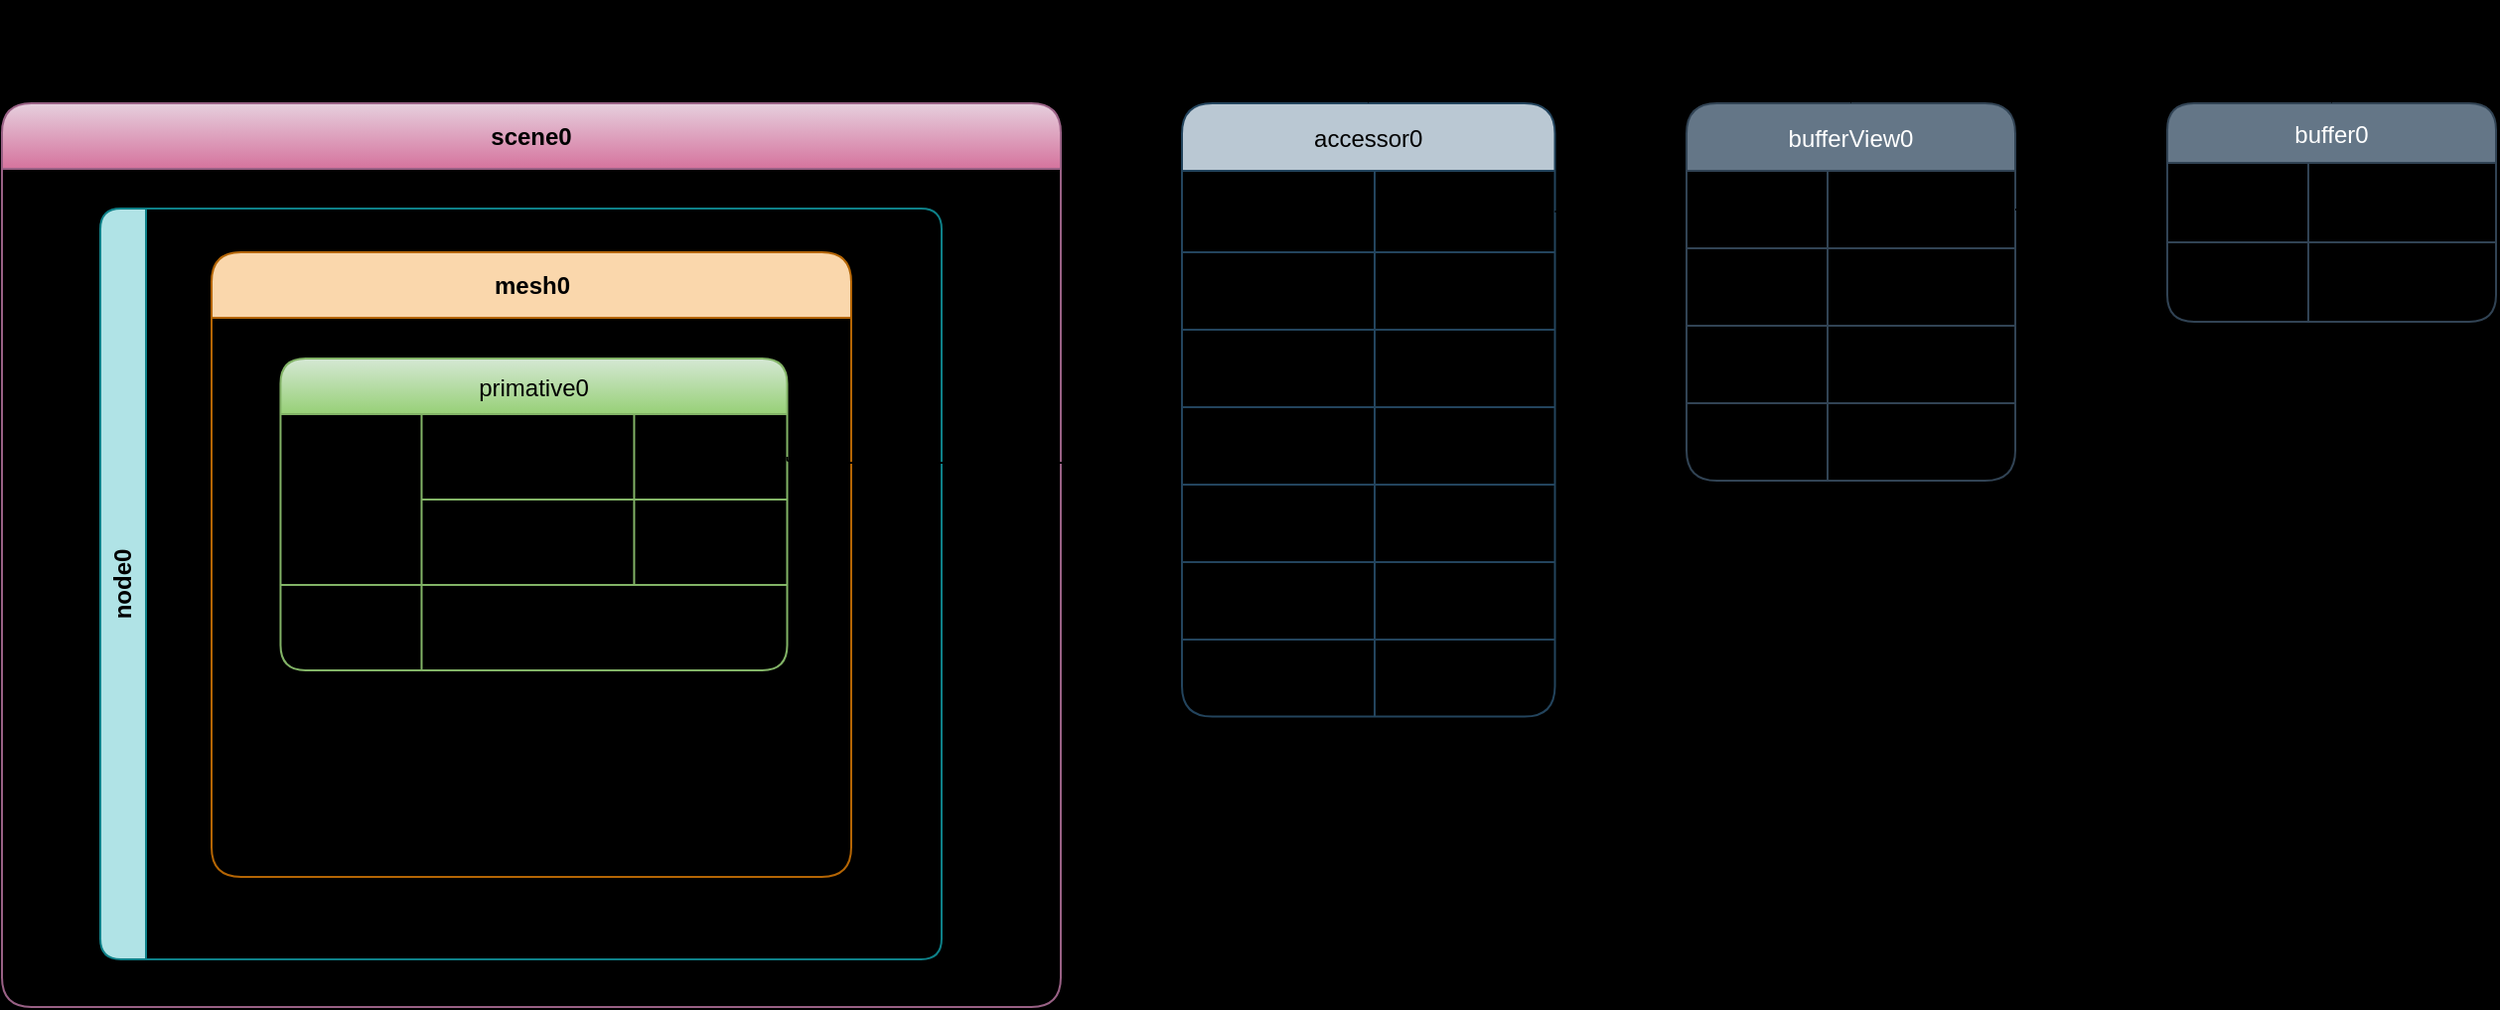
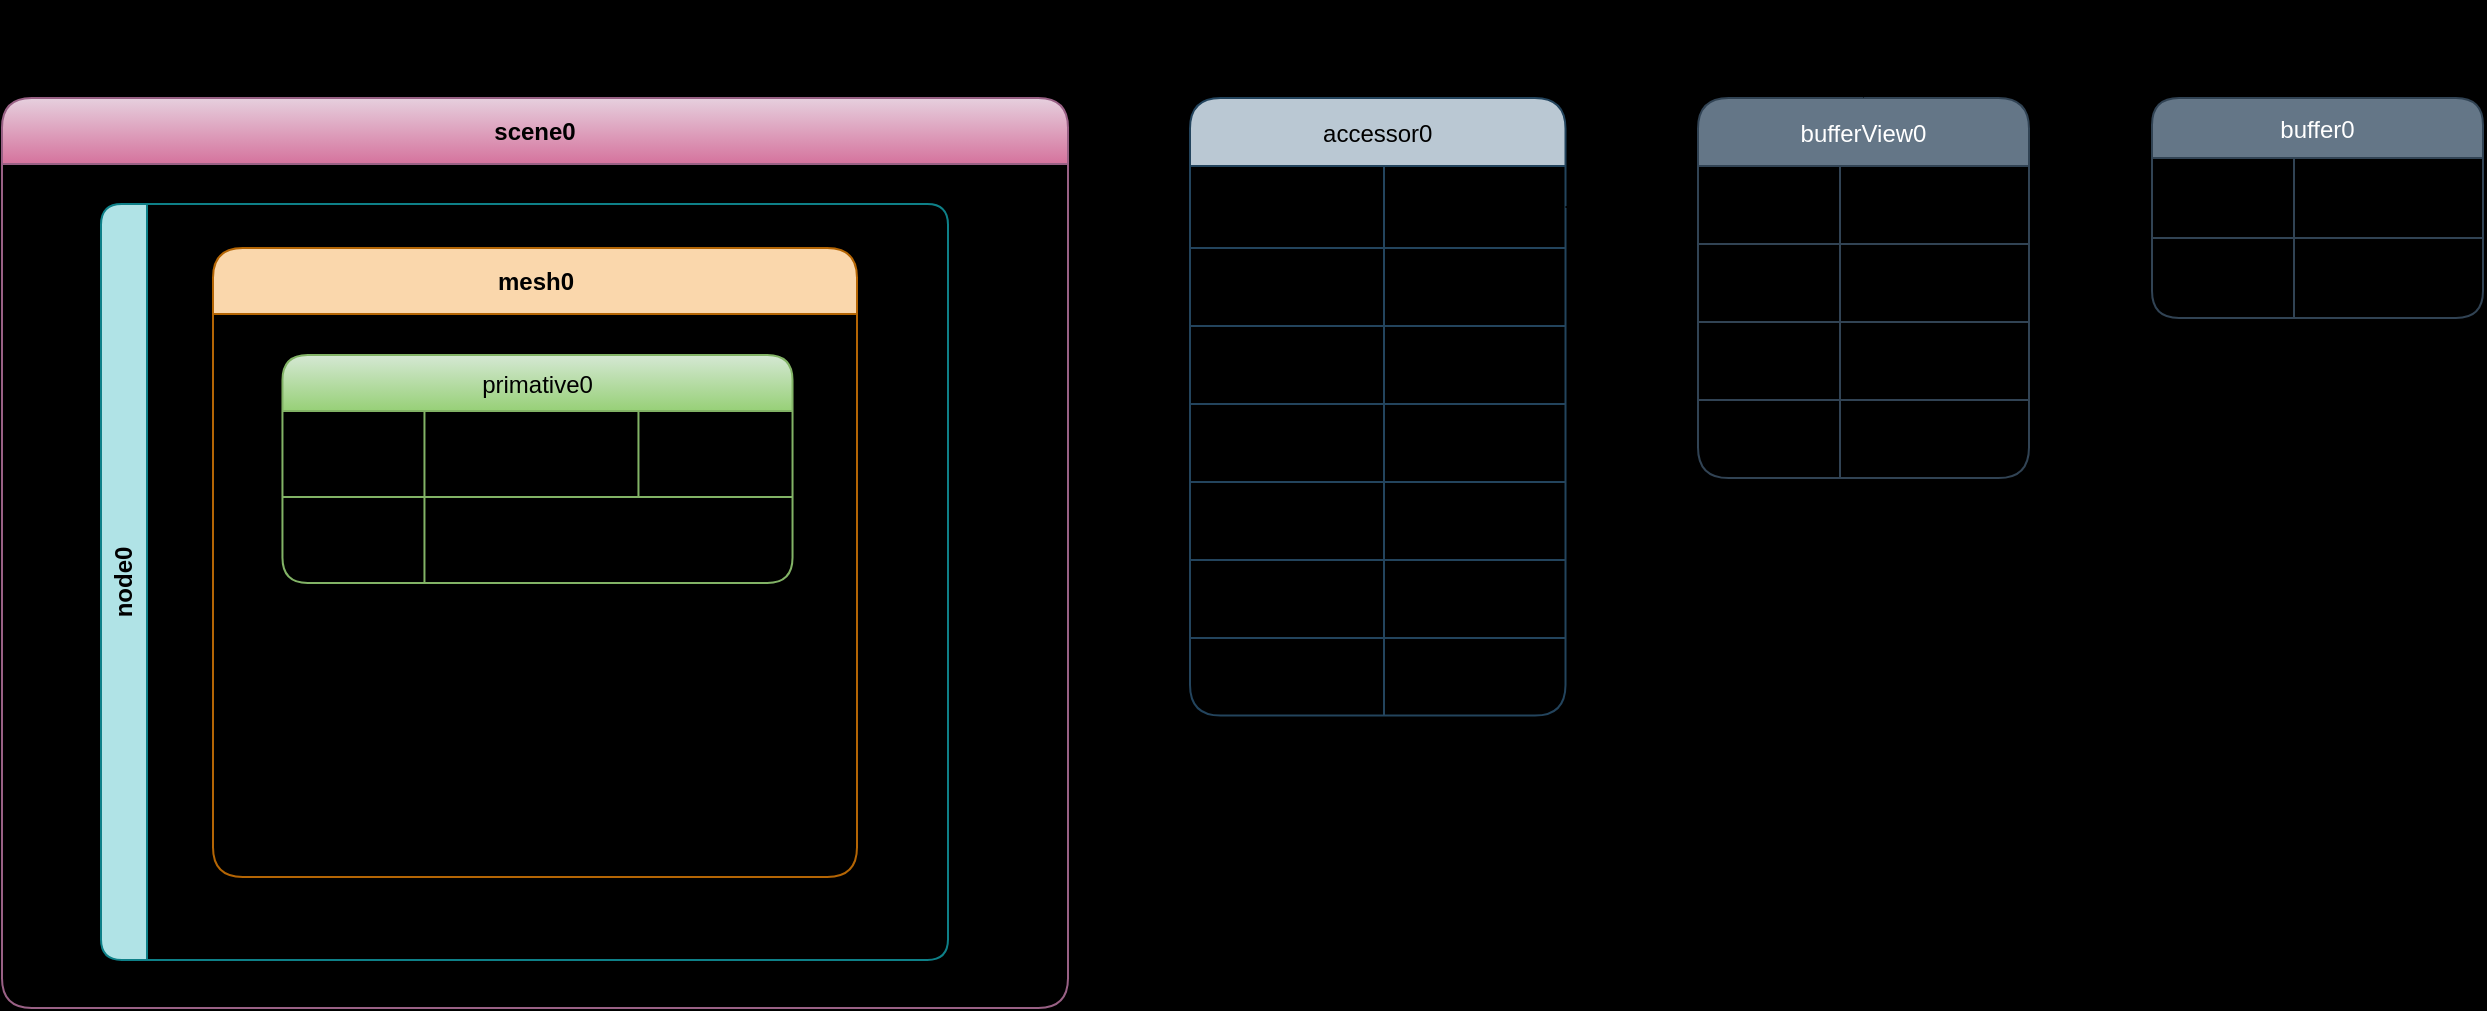
<mxfile host="app.diagrams.net">
  <diagram id="BZvedy4mBk2RI_J5c_5u" name="第 1 页">
    <mxGraphModel dx="2491" dy="1342" grid="0" gridSize="10" guides="1" tooltips="1" connect="1" arrows="1" fold="1" page="0" pageScale="1" pageWidth="827" pageHeight="1169" background="light-dark(#000000,#2B2B2B)" math="0" shadow="0">
      <root>
        <mxCell id="0" />
        <mxCell id="1" parent="0" />
        <mxCell id="-Ds3_SINnqwqFCvs20sv-1" parent="1" style="shape=table;startSize=30;container=1;collapsible=0;childLayout=tableLayout;fixedHeader=1;fillColor=#647687;fontColor=#ffffff;strokeColor=#314354;rounded=1;" value="buffer0" vertex="1">
-           <mxGeometry height="110" width="165.5" x="162" y="-32" as="geometry" />
+           <mxGeometry height="110" width="165.5" x="147" y="-32" as="geometry" />
        </mxCell>
        <mxCell id="-Ds3_SINnqwqFCvs20sv-2" parent="-Ds3_SINnqwqFCvs20sv-1" style="shape=tableRow;horizontal=0;startSize=0;swimlaneHead=0;swimlaneBody=0;strokeColor=inherit;top=0;left=0;bottom=0;right=0;collapsible=0;dropTarget=0;fillColor=none;points=[[0,0.5],[1,0.5]];portConstraint=eastwest;fixedHeader=1;rounded=1;" value="" vertex="1">
          <mxGeometry height="40" width="165.5" y="30" as="geometry" />
        </mxCell>
        <mxCell id="-Ds3_SINnqwqFCvs20sv-3" parent="-Ds3_SINnqwqFCvs20sv-2" style="shape=partialRectangle;html=1;whiteSpace=wrap;connectable=0;strokeColor=inherit;overflow=hidden;fillColor=none;top=0;left=0;bottom=0;right=0;pointerEvents=1;align=center;rounded=1;fontColor=light-dark(#000000,#20C2B5);" value="uri" vertex="1">
          <mxGeometry height="40" width="71" as="geometry">
            <mxRectangle height="40" width="71" as="alternateBounds" />
          </mxGeometry>
        </mxCell>
        <mxCell id="-Ds3_SINnqwqFCvs20sv-4" parent="-Ds3_SINnqwqFCvs20sv-2" style="shape=partialRectangle;html=1;whiteSpace=wrap;connectable=0;strokeColor=inherit;overflow=hidden;fillColor=none;top=0;left=0;bottom=0;right=0;pointerEvents=1;rounded=1;fontColor=light-dark(#000000,#ACB7C4);" value="data:URL" vertex="1">
          <mxGeometry height="40" width="95" x="71" as="geometry">
            <mxRectangle height="40" width="95" as="alternateBounds" />
          </mxGeometry>
        </mxCell>
        <mxCell id="-Ds3_SINnqwqFCvs20sv-5" parent="-Ds3_SINnqwqFCvs20sv-1" style="shape=tableRow;horizontal=0;startSize=0;swimlaneHead=0;swimlaneBody=0;strokeColor=inherit;top=0;left=0;bottom=0;right=0;collapsible=0;dropTarget=0;fillColor=none;points=[[0,0.5],[1,0.5]];portConstraint=eastwest;fixedHeader=1;rounded=1;" value="" vertex="1">
          <mxGeometry height="40" width="165.5" y="70" as="geometry" />
        </mxCell>
        <mxCell id="-Ds3_SINnqwqFCvs20sv-6" parent="-Ds3_SINnqwqFCvs20sv-5" style="shape=partialRectangle;html=1;whiteSpace=wrap;connectable=0;strokeColor=inherit;overflow=hidden;fillColor=none;top=0;left=0;bottom=0;right=0;pointerEvents=1;align=center;rounded=1;fontColor=light-dark(#000000,#20C2B5);" value="byteLength" vertex="1">
          <mxGeometry height="40" width="71" as="geometry">
            <mxRectangle height="40" width="71" as="alternateBounds" />
          </mxGeometry>
        </mxCell>
        <mxCell id="-Ds3_SINnqwqFCvs20sv-7" parent="-Ds3_SINnqwqFCvs20sv-5" style="shape=partialRectangle;html=1;whiteSpace=wrap;connectable=0;strokeColor=inherit;overflow=hidden;fillColor=none;top=0;left=0;bottom=0;right=0;pointerEvents=1;rounded=1;fontColor=light-dark(#000000,#ACB7C4);" value="36" vertex="1">
          <mxGeometry height="40" width="95" x="71" as="geometry">
            <mxRectangle height="40" width="95" as="alternateBounds" />
          </mxGeometry>
        </mxCell>
        <mxCell id="IMBELnrVSliVJA-H-ImH-1" parent="1" style="shape=table;startSize=34;container=1;collapsible=0;childLayout=tableLayout;fixedHeader=1;fillColor=#647687;fontColor=#ffffff;strokeColor=#314354;rounded=1;" value="bufferView0" vertex="1">
          <mxGeometry height="190" width="165.5" x="-80" y="-32" as="geometry" />
        </mxCell>
        <mxCell id="IMBELnrVSliVJA-H-ImH-2" parent="IMBELnrVSliVJA-H-ImH-1" style="shape=tableRow;horizontal=0;startSize=0;swimlaneHead=0;swimlaneBody=0;strokeColor=inherit;top=0;left=0;bottom=0;right=0;collapsible=0;dropTarget=0;fillColor=none;points=[[0,0.5],[1,0.5]];portConstraint=eastwest;fixedHeader=1;rounded=1;" value="" vertex="1">
          <mxGeometry height="39" width="165.5" y="34" as="geometry" />
        </mxCell>
        <mxCell id="IMBELnrVSliVJA-H-ImH-3" parent="IMBELnrVSliVJA-H-ImH-2" style="shape=partialRectangle;html=1;whiteSpace=wrap;connectable=0;strokeColor=inherit;overflow=hidden;fillColor=none;top=0;left=0;bottom=0;right=0;pointerEvents=1;align=center;rounded=1;fontColor=light-dark(#000000,#20C2B5);" value="buffer" vertex="1">
          <mxGeometry height="39" width="71" as="geometry">
            <mxRectangle height="39" width="71" as="alternateBounds" />
          </mxGeometry>
        </mxCell>
        <mxCell id="IMBELnrVSliVJA-H-ImH-4" parent="IMBELnrVSliVJA-H-ImH-2" style="shape=partialRectangle;html=1;whiteSpace=wrap;connectable=0;strokeColor=inherit;overflow=hidden;fillColor=none;top=0;left=0;bottom=0;right=0;pointerEvents=1;rounded=1;fontColor=light-dark(#000000,#ACB7C4);" value="0" vertex="1">
          <mxGeometry height="39" width="95" x="71" as="geometry">
            <mxRectangle height="39" width="95" as="alternateBounds" />
          </mxGeometry>
        </mxCell>
        <mxCell id="IMBELnrVSliVJA-H-ImH-5" parent="IMBELnrVSliVJA-H-ImH-1" style="shape=tableRow;horizontal=0;startSize=0;swimlaneHead=0;swimlaneBody=0;strokeColor=inherit;top=0;left=0;bottom=0;right=0;collapsible=0;dropTarget=0;fillColor=none;points=[[0,0.5],[1,0.5]];portConstraint=eastwest;fixedHeader=1;rounded=1;" value="" vertex="1">
          <mxGeometry height="39" width="165.5" y="73" as="geometry" />
        </mxCell>
        <mxCell id="IMBELnrVSliVJA-H-ImH-6" parent="IMBELnrVSliVJA-H-ImH-5" style="shape=partialRectangle;html=1;whiteSpace=wrap;connectable=0;strokeColor=inherit;overflow=hidden;fillColor=none;top=0;left=0;bottom=0;right=0;pointerEvents=1;align=center;rounded=1;fontColor=light-dark(#000000,#20C2B5);" value="byteOffset" vertex="1">
          <mxGeometry height="39" width="71" as="geometry">
            <mxRectangle height="39" width="71" as="alternateBounds" />
          </mxGeometry>
        </mxCell>
        <mxCell id="IMBELnrVSliVJA-H-ImH-7" parent="IMBELnrVSliVJA-H-ImH-5" style="shape=partialRectangle;html=1;whiteSpace=wrap;connectable=0;strokeColor=inherit;overflow=hidden;fillColor=none;top=0;left=0;bottom=0;right=0;pointerEvents=1;rounded=1;fontColor=light-dark(#000000,#ACB7C4);" value="0" vertex="1">
          <mxGeometry height="39" width="95" x="71" as="geometry">
            <mxRectangle height="39" width="95" as="alternateBounds" />
          </mxGeometry>
        </mxCell>
        <mxCell id="IMBELnrVSliVJA-H-ImH-8" parent="IMBELnrVSliVJA-H-ImH-1" style="shape=tableRow;horizontal=0;startSize=0;swimlaneHead=0;swimlaneBody=0;strokeColor=inherit;top=0;left=0;bottom=0;right=0;collapsible=0;dropTarget=0;fillColor=none;points=[[0,0.5],[1,0.5]];portConstraint=eastwest;fixedHeader=1;rounded=1;" vertex="1">
          <mxGeometry height="39" width="165.5" y="112" as="geometry" />
        </mxCell>
        <mxCell id="IMBELnrVSliVJA-H-ImH-9" parent="IMBELnrVSliVJA-H-ImH-8" style="shape=partialRectangle;html=1;whiteSpace=wrap;connectable=0;strokeColor=inherit;overflow=hidden;fillColor=none;top=0;left=0;bottom=0;right=0;pointerEvents=1;align=center;rounded=1;fontColor=light-dark(#000000,#20C2B5);" value="byteLength" vertex="1">
          <mxGeometry height="39" width="71" as="geometry">
            <mxRectangle height="39" width="71" as="alternateBounds" />
          </mxGeometry>
        </mxCell>
        <mxCell id="IMBELnrVSliVJA-H-ImH-10" parent="IMBELnrVSliVJA-H-ImH-8" style="shape=partialRectangle;html=1;whiteSpace=wrap;connectable=0;strokeColor=inherit;overflow=hidden;fillColor=none;top=0;left=0;bottom=0;right=0;pointerEvents=1;rounded=1;fontColor=light-dark(#000000,#ACB7C4);" value="36" vertex="1">
          <mxGeometry height="39" width="95" x="71" as="geometry">
            <mxRectangle height="39" width="95" as="alternateBounds" />
          </mxGeometry>
        </mxCell>
        <mxCell id="IMBELnrVSliVJA-H-ImH-11" parent="IMBELnrVSliVJA-H-ImH-1" style="shape=tableRow;horizontal=0;startSize=0;swimlaneHead=0;swimlaneBody=0;strokeColor=inherit;top=0;left=0;bottom=0;right=0;collapsible=0;dropTarget=0;fillColor=none;points=[[0,0.5],[1,0.5]];portConstraint=eastwest;fixedHeader=1;rounded=1;" vertex="1">
          <mxGeometry height="39" width="165.5" y="151" as="geometry" />
        </mxCell>
        <mxCell id="IMBELnrVSliVJA-H-ImH-12" parent="IMBELnrVSliVJA-H-ImH-11" style="shape=partialRectangle;html=1;whiteSpace=wrap;connectable=0;strokeColor=inherit;overflow=hidden;fillColor=none;top=0;left=0;bottom=0;right=0;pointerEvents=1;align=center;rounded=1;fontColor=light-dark(#000000,#20C2B5);" value="target" vertex="1">
          <mxGeometry height="39" width="71" as="geometry">
            <mxRectangle height="39" width="71" as="alternateBounds" />
          </mxGeometry>
        </mxCell>
        <mxCell id="IMBELnrVSliVJA-H-ImH-13" parent="IMBELnrVSliVJA-H-ImH-11" style="shape=partialRectangle;html=1;whiteSpace=wrap;connectable=0;strokeColor=inherit;overflow=hidden;fillColor=none;top=0;left=0;bottom=0;right=0;pointerEvents=1;rounded=1;fontColor=light-dark(#000000,#ACB7C4);" value="34962" vertex="1">
          <mxGeometry height="39" width="95" x="71" as="geometry">
            <mxRectangle height="39" width="95" as="alternateBounds" />
          </mxGeometry>
        </mxCell>
        <mxCell id="IMBELnrVSliVJA-H-ImH-16" parent="1" style="shape=table;startSize=34;container=1;collapsible=0;childLayout=tableLayout;fixedHeader=1;fillColor=#bac8d3;strokeColor=#23445d;rounded=1;" value="accessor0" vertex="1">
          <mxGeometry height="308.75" width="187.75" x="-334" y="-32" as="geometry" />
        </mxCell>
        <mxCell id="IMBELnrVSliVJA-H-ImH-17" parent="IMBELnrVSliVJA-H-ImH-16" style="shape=tableRow;horizontal=0;startSize=0;swimlaneHead=0;swimlaneBody=0;strokeColor=inherit;top=0;left=0;bottom=0;right=0;collapsible=0;dropTarget=0;fillColor=none;points=[[0,0.5],[1,0.5]];portConstraint=eastwest;fixedHeader=1;rounded=1;" value="" vertex="1">
          <mxGeometry height="41" width="187.75" y="34" as="geometry" />
        </mxCell>
        <mxCell id="IMBELnrVSliVJA-H-ImH-18" parent="IMBELnrVSliVJA-H-ImH-17" style="shape=partialRectangle;html=1;whiteSpace=wrap;connectable=0;strokeColor=inherit;overflow=hidden;fillColor=none;top=0;left=0;bottom=0;right=0;pointerEvents=1;align=center;rounded=1;fontColor=light-dark(#000000,#20C2B5);fontStyle=1" value="&lt;span style=&quot;&quot;&gt;bufferView&lt;/span&gt;" vertex="1">
          <mxGeometry height="41" width="97" as="geometry">
            <mxRectangle height="41" width="97" as="alternateBounds" />
          </mxGeometry>
        </mxCell>
        <mxCell id="IMBELnrVSliVJA-H-ImH-19" parent="IMBELnrVSliVJA-H-ImH-17" style="shape=partialRectangle;html=1;whiteSpace=wrap;connectable=0;strokeColor=inherit;overflow=hidden;fillColor=none;top=0;left=0;bottom=0;right=0;pointerEvents=1;rounded=1;fontColor=light-dark(#000000,#ACB7C4);" value="0" vertex="1">
          <mxGeometry height="41" width="91" x="97" as="geometry">
            <mxRectangle height="41" width="91" as="alternateBounds" />
          </mxGeometry>
        </mxCell>
        <mxCell id="IMBELnrVSliVJA-H-ImH-20" parent="IMBELnrVSliVJA-H-ImH-16" style="shape=tableRow;horizontal=0;startSize=0;swimlaneHead=0;swimlaneBody=0;strokeColor=inherit;top=0;left=0;bottom=0;right=0;collapsible=0;dropTarget=0;fillColor=none;points=[[0,0.5],[1,0.5]];portConstraint=eastwest;fixedHeader=1;rounded=1;" value="" vertex="1">
          <mxGeometry height="39" width="187.75" y="75" as="geometry" />
        </mxCell>
        <mxCell id="IMBELnrVSliVJA-H-ImH-21" parent="IMBELnrVSliVJA-H-ImH-20" style="shape=partialRectangle;html=1;whiteSpace=wrap;connectable=0;strokeColor=inherit;overflow=hidden;fillColor=none;top=0;left=0;bottom=0;right=0;pointerEvents=1;align=center;rounded=1;fontColor=light-dark(#000000,#20C2B5);" value="byteOffset" vertex="1">
          <mxGeometry height="39" width="97" as="geometry">
            <mxRectangle height="39" width="97" as="alternateBounds" />
          </mxGeometry>
        </mxCell>
        <mxCell id="IMBELnrVSliVJA-H-ImH-22" parent="IMBELnrVSliVJA-H-ImH-20" style="shape=partialRectangle;html=1;whiteSpace=wrap;connectable=0;strokeColor=inherit;overflow=hidden;fillColor=none;top=0;left=0;bottom=0;right=0;pointerEvents=1;rounded=1;fontColor=light-dark(#000000,#ACB7C4);" value="0" vertex="1">
          <mxGeometry height="39" width="91" x="97" as="geometry">
            <mxRectangle height="39" width="91" as="alternateBounds" />
          </mxGeometry>
        </mxCell>
        <mxCell id="IMBELnrVSliVJA-H-ImH-23" parent="IMBELnrVSliVJA-H-ImH-16" style="shape=tableRow;horizontal=0;startSize=0;swimlaneHead=0;swimlaneBody=0;strokeColor=inherit;top=0;left=0;bottom=0;right=0;collapsible=0;dropTarget=0;fillColor=none;points=[[0,0.5],[1,0.5]];portConstraint=eastwest;fixedHeader=1;rounded=1;" vertex="1">
          <mxGeometry height="39" width="187.75" y="114" as="geometry" />
        </mxCell>
        <mxCell id="IMBELnrVSliVJA-H-ImH-24" parent="IMBELnrVSliVJA-H-ImH-23" style="shape=partialRectangle;html=1;whiteSpace=wrap;connectable=0;strokeColor=inherit;overflow=hidden;fillColor=none;top=0;left=0;bottom=0;right=0;pointerEvents=1;align=center;rounded=1;fontColor=light-dark(#000000,#20C2B5);" value="componentType" vertex="1">
          <mxGeometry height="39" width="97" as="geometry">
            <mxRectangle height="39" width="97" as="alternateBounds" />
          </mxGeometry>
        </mxCell>
        <mxCell id="IMBELnrVSliVJA-H-ImH-25" parent="IMBELnrVSliVJA-H-ImH-23" style="shape=partialRectangle;html=1;whiteSpace=wrap;connectable=0;strokeColor=inherit;overflow=hidden;fillColor=none;top=0;left=0;bottom=0;right=0;pointerEvents=1;rounded=1;fontColor=light-dark(#000000,#ACB7C4);" value="5126" vertex="1">
          <mxGeometry height="39" width="91" x="97" as="geometry">
            <mxRectangle height="39" width="91" as="alternateBounds" />
          </mxGeometry>
        </mxCell>
        <mxCell id="IMBELnrVSliVJA-H-ImH-26" parent="IMBELnrVSliVJA-H-ImH-16" style="shape=tableRow;horizontal=0;startSize=0;swimlaneHead=0;swimlaneBody=0;strokeColor=inherit;top=0;left=0;bottom=0;right=0;collapsible=0;dropTarget=0;fillColor=none;points=[[0,0.5],[1,0.5]];portConstraint=eastwest;fixedHeader=1;rounded=1;" vertex="1">
          <mxGeometry height="39" width="187.75" y="153" as="geometry" />
        </mxCell>
        <mxCell id="IMBELnrVSliVJA-H-ImH-27" parent="IMBELnrVSliVJA-H-ImH-26" style="shape=partialRectangle;html=1;whiteSpace=wrap;connectable=0;strokeColor=inherit;overflow=hidden;fillColor=none;top=0;left=0;bottom=0;right=0;pointerEvents=1;align=center;rounded=1;fontColor=light-dark(#000000,#20C2B5);" value="count" vertex="1">
          <mxGeometry height="39" width="97" as="geometry">
            <mxRectangle height="39" width="97" as="alternateBounds" />
          </mxGeometry>
        </mxCell>
        <mxCell id="IMBELnrVSliVJA-H-ImH-28" parent="IMBELnrVSliVJA-H-ImH-26" style="shape=partialRectangle;html=1;whiteSpace=wrap;connectable=0;strokeColor=inherit;overflow=hidden;fillColor=none;top=0;left=0;bottom=0;right=0;pointerEvents=1;rounded=1;fontColor=light-dark(#000000,#ACB7C4);" value="3" vertex="1">
          <mxGeometry height="39" width="91" x="97" as="geometry">
            <mxRectangle height="39" width="91" as="alternateBounds" />
          </mxGeometry>
        </mxCell>
        <mxCell id="IMBELnrVSliVJA-H-ImH-29" parent="IMBELnrVSliVJA-H-ImH-16" style="shape=tableRow;horizontal=0;startSize=0;swimlaneHead=0;swimlaneBody=0;strokeColor=inherit;top=0;left=0;bottom=0;right=0;collapsible=0;dropTarget=0;fillColor=none;points=[[0,0.5],[1,0.5]];portConstraint=eastwest;fixedHeader=1;rounded=1;" vertex="1">
          <mxGeometry height="39" width="187.75" y="192" as="geometry" />
        </mxCell>
        <mxCell id="IMBELnrVSliVJA-H-ImH-30" parent="IMBELnrVSliVJA-H-ImH-29" style="shape=partialRectangle;html=1;whiteSpace=wrap;connectable=0;strokeColor=inherit;overflow=hidden;fillColor=none;top=0;left=0;bottom=0;right=0;pointerEvents=1;align=center;rounded=1;fontColor=light-dark(#000000,#20C2B5);" value="type" vertex="1">
          <mxGeometry height="39" width="97" as="geometry">
            <mxRectangle height="39" width="97" as="alternateBounds" />
          </mxGeometry>
        </mxCell>
        <mxCell id="IMBELnrVSliVJA-H-ImH-31" parent="IMBELnrVSliVJA-H-ImH-29" style="shape=partialRectangle;html=1;whiteSpace=wrap;connectable=0;strokeColor=inherit;overflow=hidden;fillColor=none;top=0;left=0;bottom=0;right=0;pointerEvents=1;rounded=1;fontColor=light-dark(#000000,#ACB7C4);" value="&quot;VEC3&quot;" vertex="1">
          <mxGeometry height="39" width="91" x="97" as="geometry">
            <mxRectangle height="39" width="91" as="alternateBounds" />
          </mxGeometry>
        </mxCell>
        <mxCell id="IMBELnrVSliVJA-H-ImH-32" parent="IMBELnrVSliVJA-H-ImH-16" style="shape=tableRow;horizontal=0;startSize=0;swimlaneHead=0;swimlaneBody=0;strokeColor=inherit;top=0;left=0;bottom=0;right=0;collapsible=0;dropTarget=0;fillColor=none;points=[[0,0.5],[1,0.5]];portConstraint=eastwest;fixedHeader=1;rounded=1;" vertex="1">
          <mxGeometry height="39" width="187.75" y="231" as="geometry" />
        </mxCell>
        <mxCell id="IMBELnrVSliVJA-H-ImH-33" parent="IMBELnrVSliVJA-H-ImH-32" style="shape=partialRectangle;html=1;whiteSpace=wrap;connectable=0;strokeColor=inherit;overflow=hidden;fillColor=none;top=0;left=0;bottom=0;right=0;pointerEvents=1;align=center;rounded=1;fontColor=light-dark(#000000,#20C2B5);" value="max" vertex="1">
          <mxGeometry height="39" width="97" as="geometry">
            <mxRectangle height="39" width="97" as="alternateBounds" />
          </mxGeometry>
        </mxCell>
        <mxCell id="IMBELnrVSliVJA-H-ImH-34" parent="IMBELnrVSliVJA-H-ImH-32" style="shape=partialRectangle;html=1;whiteSpace=wrap;connectable=0;strokeColor=inherit;overflow=hidden;fillColor=none;top=0;left=0;bottom=0;right=0;pointerEvents=1;rounded=1;fontColor=light-dark(#000000,#ACB7C4);" value="[1.0, 1.0, 0.0]" vertex="1">
          <mxGeometry height="39" width="91" x="97" as="geometry">
            <mxRectangle height="39" width="91" as="alternateBounds" />
          </mxGeometry>
        </mxCell>
        <mxCell id="IMBELnrVSliVJA-H-ImH-35" parent="IMBELnrVSliVJA-H-ImH-16" style="shape=tableRow;horizontal=0;startSize=0;swimlaneHead=0;swimlaneBody=0;strokeColor=inherit;top=0;left=0;bottom=0;right=0;collapsible=0;dropTarget=0;fillColor=none;points=[[0,0.5],[1,0.5]];portConstraint=eastwest;fixedHeader=1;rounded=1;" vertex="1">
          <mxGeometry height="39" width="187.75" y="270" as="geometry" />
        </mxCell>
        <mxCell id="IMBELnrVSliVJA-H-ImH-36" parent="IMBELnrVSliVJA-H-ImH-35" style="shape=partialRectangle;html=1;whiteSpace=wrap;connectable=0;strokeColor=inherit;overflow=hidden;fillColor=none;top=0;left=0;bottom=0;right=0;pointerEvents=1;align=center;rounded=1;fontColor=light-dark(#000000,#20C2B5);" value="min" vertex="1">
          <mxGeometry height="39" width="97" as="geometry">
            <mxRectangle height="39" width="97" as="alternateBounds" />
          </mxGeometry>
        </mxCell>
        <mxCell id="IMBELnrVSliVJA-H-ImH-37" parent="IMBELnrVSliVJA-H-ImH-35" style="shape=partialRectangle;html=1;whiteSpace=wrap;connectable=0;strokeColor=inherit;overflow=hidden;fillColor=none;top=0;left=0;bottom=0;right=0;pointerEvents=1;rounded=1;fontColor=light-dark(#000000,#ACB7C4);" value="[0.0, 1.0, 0.0]" vertex="1">
          <mxGeometry height="39" width="91" x="97" as="geometry">
            <mxRectangle height="39" width="91" as="alternateBounds" />
          </mxGeometry>
        </mxCell>
        <mxCell id="GIUIsMX7UZoavufT8lRc-1" parent="1" style="swimlane;whiteSpace=wrap;html=1;startSize=33;strokeColor=#996185;labelBackgroundColor=none;labelBorderColor=none;fillColor=#e6d0de;gradientColor=#d5739d;rounded=1;" value="&lt;span style=&quot;color: light-dark(rgb(0, 0, 0), rgb(102, 255, 179));&quot;&gt;scene0&lt;/span&gt;" vertex="1">
          <mxGeometry height="455" width="533" x="-928" y="-32" as="geometry" />
        </mxCell>
        <mxCell id="GIUIsMX7UZoavufT8lRc-2" parent="GIUIsMX7UZoavufT8lRc-1" style="swimlane;horizontal=0;whiteSpace=wrap;html=1;fillColor=#b0e3e6;strokeColor=#0e8088;rounded=1;" value="&lt;span style=&quot;color: light-dark(rgb(0, 0, 0), rgb(102, 255, 179));&quot;&gt;node0&lt;/span&gt;" vertex="1">
          <mxGeometry height="378" width="423.5" x="49.5" y="53" as="geometry" />
        </mxCell>
        <mxCell id="oYlXVEz9eKNw0EBKh330-92" parent="GIUIsMX7UZoavufT8lRc-2" style="swimlane;whiteSpace=wrap;html=1;startSize=33;strokeColor=#b46504;fillColor=#fad7ac;rounded=1;" value="&lt;span style=&quot;color: light-dark(rgb(0, 0, 0), rgb(102, 255, 179));&quot;&gt;mesh0&lt;/span&gt;" vertex="1">
          <mxGeometry height="314.5" width="322" x="56" y="22" as="geometry" />
        </mxCell>
        <mxCell id="yEyvN-dxv5ZRYvW9oAyH-35" parent="oYlXVEz9eKNw0EBKh330-92" style="shape=table;startSize=28;container=1;collapsible=0;childLayout=tableLayout;fixedHeader=1;fillColor=#d5e8d4;strokeColor=#82b366;rounded=1;gradientColor=#97d077;" value="primative0" vertex="1">
-           <mxGeometry height="157" width="255.0344827586207" x="34.73000000000002" y="53.5" as="geometry" />
+           <mxGeometry height="114" width="255.0344827586207" x="34.73000000000002" y="53.5" as="geometry" />
        </mxCell>
        <mxCell id="yEyvN-dxv5ZRYvW9oAyH-36" parent="yEyvN-dxv5ZRYvW9oAyH-35" style="shape=tableRow;horizontal=0;startSize=0;swimlaneHead=0;swimlaneBody=0;strokeColor=inherit;top=0;left=0;bottom=0;right=0;collapsible=0;dropTarget=0;fillColor=none;points=[[0,0.5],[1,0.5]];portConstraint=eastwest;fixedHeader=1;rounded=1;" value="" vertex="1">
          <mxGeometry height="43" width="255.0344827586207" y="28" as="geometry" />
        </mxCell>
-         <mxCell id="yEyvN-dxv5ZRYvW9oAyH-37" parent="yEyvN-dxv5ZRYvW9oAyH-36" style="shape=partialRectangle;html=1;whiteSpace=wrap;connectable=0;strokeColor=inherit;overflow=hidden;fillColor=none;top=0;left=0;bottom=0;right=0;pointerEvents=1;align=center;rounded=1;rowspan=2;colspan=1;" value="&lt;span style=&quot;color: light-dark(rgb(0, 0, 0), rgb(172, 183, 196));&quot;&gt;attributes&lt;/span&gt;" vertex="1">
-           <mxGeometry height="86" width="71" as="geometry">
+         <mxCell id="yEyvN-dxv5ZRYvW9oAyH-37" parent="yEyvN-dxv5ZRYvW9oAyH-36" style="shape=partialRectangle;html=1;whiteSpace=wrap;connectable=0;strokeColor=inherit;overflow=hidden;fillColor=none;top=0;left=0;bottom=0;right=0;pointerEvents=1;align=center;rounded=1;" value="&lt;span style=&quot;color: light-dark(rgb(0, 0, 0), rgb(32, 194, 181));&quot;&gt;attributes&lt;/span&gt;" vertex="1">
+           <mxGeometry height="43" width="71" as="geometry">
            <mxRectangle height="43" width="71" as="alternateBounds" />
          </mxGeometry>
        </mxCell>
        <mxCell id="yEyvN-dxv5ZRYvW9oAyH-38" parent="yEyvN-dxv5ZRYvW9oAyH-36" style="shape=partialRectangle;html=1;whiteSpace=wrap;connectable=0;strokeColor=inherit;overflow=hidden;fillColor=none;top=0;left=0;bottom=0;right=0;pointerEvents=1;rounded=1;" value="&lt;span style=&quot;color: light-dark(rgb(0, 0, 0), rgb(172, 183, 196));&quot;&gt;POSITION&lt;/span&gt;" vertex="1">
          <mxGeometry height="43" width="107" x="71" as="geometry">
            <mxRectangle height="43" width="107" as="alternateBounds" />
          </mxGeometry>
        </mxCell>
        <mxCell id="yEyvN-dxv5ZRYvW9oAyH-55" parent="yEyvN-dxv5ZRYvW9oAyH-36" style="shape=partialRectangle;html=1;whiteSpace=wrap;connectable=0;strokeColor=inherit;overflow=hidden;fillColor=none;top=0;left=0;bottom=0;right=0;pointerEvents=1;rounded=1;" value="&lt;span style=&quot;color: light-dark(rgb(0, 0, 0), rgb(172, 183, 196));&quot;&gt;0&lt;/span&gt;" vertex="1">
          <mxGeometry height="43" width="77" x="178" as="geometry">
            <mxRectangle height="43" width="77" as="alternateBounds" />
          </mxGeometry>
        </mxCell>
-         <mxCell id="yEyvN-dxv5ZRYvW9oAyH-59" parent="yEyvN-dxv5ZRYvW9oAyH-35" style="shape=tableRow;horizontal=0;startSize=0;swimlaneHead=0;swimlaneBody=0;strokeColor=inherit;top=0;left=0;bottom=0;right=0;collapsible=0;dropTarget=0;fillColor=none;points=[[0,0.5],[1,0.5]];portConstraint=eastwest;fixedHeader=1;rounded=1;" vertex="1">
+         <mxCell id="yEyvN-dxv5ZRYvW9oAyH-45" parent="yEyvN-dxv5ZRYvW9oAyH-35" style="shape=tableRow;horizontal=0;startSize=0;swimlaneHead=0;swimlaneBody=0;strokeColor=inherit;top=0;left=0;bottom=0;right=0;collapsible=0;dropTarget=0;fillColor=none;points=[[0,0.5],[1,0.5]];portConstraint=eastwest;fixedHeader=1;rounded=1;" vertex="1">
          <mxGeometry height="43" width="255.0344827586207" y="71" as="geometry" />
        </mxCell>
-         <mxCell id="yEyvN-dxv5ZRYvW9oAyH-60" parent="yEyvN-dxv5ZRYvW9oAyH-59" style="shape=partialRectangle;html=1;whiteSpace=wrap;connectable=0;strokeColor=inherit;overflow=hidden;fillColor=none;top=0;left=0;bottom=0;right=0;pointerEvents=1;align=center;rounded=1;" vertex="1" visible="0">
-           <mxGeometry height="43" width="71" as="geometry">
-             <mxRectangle height="43" width="71" as="alternateBounds" />
-           </mxGeometry>
-         </mxCell>
-         <mxCell id="yEyvN-dxv5ZRYvW9oAyH-61" parent="yEyvN-dxv5ZRYvW9oAyH-59" style="shape=partialRectangle;html=1;whiteSpace=wrap;connectable=0;strokeColor=inherit;overflow=hidden;fillColor=none;top=0;left=0;bottom=0;right=0;pointerEvents=1;rounded=1;" value="&lt;div style=&quot;text-align: center;&quot;&gt;&lt;span style=&quot;color: light-dark(rgb(0, 0, 0), rgb(172, 183, 196));&quot;&gt;TEXCOORD_0&lt;/span&gt;&lt;/div&gt;" vertex="1">
-           <mxGeometry height="43" width="107" x="71" as="geometry">
-             <mxRectangle height="43" width="107" as="alternateBounds" />
-           </mxGeometry>
-         </mxCell>
-         <mxCell id="yEyvN-dxv5ZRYvW9oAyH-62" parent="yEyvN-dxv5ZRYvW9oAyH-59" style="shape=partialRectangle;html=1;whiteSpace=wrap;connectable=0;strokeColor=inherit;overflow=hidden;fillColor=none;top=0;left=0;bottom=0;right=0;pointerEvents=1;rounded=1;" vertex="1">
-           <mxGeometry height="43" width="77" x="178" as="geometry">
-             <mxRectangle height="43" width="77" as="alternateBounds" />
-           </mxGeometry>
-         </mxCell>
-         <mxCell id="yEyvN-dxv5ZRYvW9oAyH-45" parent="yEyvN-dxv5ZRYvW9oAyH-35" style="shape=tableRow;horizontal=0;startSize=0;swimlaneHead=0;swimlaneBody=0;strokeColor=inherit;top=0;left=0;bottom=0;right=0;collapsible=0;dropTarget=0;fillColor=none;points=[[0,0.5],[1,0.5]];portConstraint=eastwest;fixedHeader=1;rounded=1;" vertex="1">
-           <mxGeometry height="43" width="255.0344827586207" y="114" as="geometry" />
-         </mxCell>
-         <mxCell id="yEyvN-dxv5ZRYvW9oAyH-46" parent="yEyvN-dxv5ZRYvW9oAyH-45" style="shape=partialRectangle;html=1;whiteSpace=wrap;connectable=0;strokeColor=inherit;overflow=hidden;fillColor=none;top=0;left=0;bottom=0;right=0;pointerEvents=1;align=center;rounded=1;fontFamily=Helvetica;fontSize=12;fontColor=default;fontStyle=0;verticalAlign=middle;" value="&lt;span style=&quot;color: light-dark(rgb(0, 0, 0), rgb(172, 183, 196));&quot;&gt;mode&lt;/span&gt;" vertex="1">
+         <mxCell id="yEyvN-dxv5ZRYvW9oAyH-46" parent="yEyvN-dxv5ZRYvW9oAyH-45" style="shape=partialRectangle;html=1;whiteSpace=wrap;connectable=0;strokeColor=inherit;overflow=hidden;fillColor=none;top=0;left=0;bottom=0;right=0;pointerEvents=1;align=center;rounded=1;fontFamily=Helvetica;fontSize=12;fontColor=default;fontStyle=0;verticalAlign=middle;" value="&lt;span style=&quot;color: light-dark(rgb(0, 0, 0), rgb(32, 194, 181));&quot;&gt;mode&lt;/span&gt;" vertex="1">
          <mxGeometry height="43" width="71" as="geometry">
            <mxRectangle height="43" width="71" as="alternateBounds" />
          </mxGeometry>
        </mxCell>
        <mxCell id="yEyvN-dxv5ZRYvW9oAyH-47" parent="yEyvN-dxv5ZRYvW9oAyH-45" style="shape=partialRectangle;html=1;whiteSpace=wrap;connectable=0;strokeColor=inherit;overflow=hidden;fillColor=none;top=0;left=0;bottom=0;right=0;pointerEvents=1;rounded=1;rowspan=1;colspan=2;" value="&lt;span style=&quot;color: light-dark(rgb(0, 0, 0), rgb(172, 183, 196));&quot;&gt;4&lt;/span&gt;" vertex="1">
          <mxGeometry height="43" width="184" x="71" as="geometry">
            <mxRectangle height="43" width="107" as="alternateBounds" />
          </mxGeometry>
        </mxCell>
        <mxCell id="yEyvN-dxv5ZRYvW9oAyH-58" parent="yEyvN-dxv5ZRYvW9oAyH-45" style="shape=partialRectangle;html=1;whiteSpace=wrap;connectable=0;strokeColor=inherit;overflow=hidden;fillColor=none;top=0;left=0;bottom=0;right=0;pointerEvents=1;rounded=1;" vertex="1" visible="0">
          <mxGeometry height="43" width="77" x="178" as="geometry">
            <mxRectangle height="43" width="77" as="alternateBounds" />
-           </mxGeometry>
-         </mxCell>
-         <mxCell id="yEyvN-dxv5ZRYvW9oAyH-63" edge="1" parent="1" source="yEyvN-dxv5ZRYvW9oAyH-36" style="edgeStyle=orthogonalEdgeStyle;rounded=1;orthogonalLoop=1;jettySize=auto;html=1;entryX=0.5;entryY=0;entryDx=0;entryDy=0;fontSize=12;startSize=8;endSize=8;exitX=1;exitY=0.5;exitDx=0;exitDy=0;flowAnimation=0;strokeColor=light-dark(#000000,#33FF99);curved=0;" target="IMBELnrVSliVJA-H-ImH-16">
-           <mxGeometry relative="1" as="geometry">
-             <Array as="points">
-               <mxPoint x="-364" y="149" />
-               <mxPoint x="-364" y="-74" />
-               <mxPoint x="-240" y="-74" />
-             </Array>
          </mxGeometry>
        </mxCell>
        <mxCell id="yEyvN-dxv5ZRYvW9oAyH-64" edge="1" parent="1" source="IMBELnrVSliVJA-H-ImH-17" style="edgeStyle=orthogonalEdgeStyle;rounded=1;orthogonalLoop=1;jettySize=auto;html=1;entryX=0.5;entryY=0;entryDx=0;entryDy=0;fontSize=12;startSize=8;endSize=8;strokeColor=light-dark(#000000,#33FF99);align=center;verticalAlign=middle;fontFamily=Helvetica;fontColor=default;labelBackgroundColor=default;endArrow=classic;flowAnimation=0;exitX=1;exitY=0.5;exitDx=0;exitDy=0;" target="IMBELnrVSliVJA-H-ImH-1">
          <mxGeometry relative="1" as="geometry">
            <Array as="points">
              <mxPoint x="-113" y="23" />
              <mxPoint x="-113" y="-71" />
              <mxPoint x="3" y="-71" />
            </Array>
          </mxGeometry>
        </mxCell>
-         <mxCell id="yEyvN-dxv5ZRYvW9oAyH-65" edge="1" parent="1" source="IMBELnrVSliVJA-H-ImH-2" style="edgeStyle=orthogonalEdgeStyle;rounded=1;orthogonalLoop=1;jettySize=auto;html=1;entryX=0.5;entryY=0;entryDx=0;entryDy=0;fontSize=12;startSize=8;endSize=8;strokeColor=light-dark(#000000,#33FF99);align=center;verticalAlign=middle;fontFamily=Helvetica;fontColor=default;labelBackgroundColor=default;endArrow=classic;flowAnimation=0;" target="-Ds3_SINnqwqFCvs20sv-1">
-           <mxGeometry relative="1" as="geometry">
-             <Array as="points">
-               <mxPoint x="124" y="22" />
-               <mxPoint x="124" y="-72" />
-               <mxPoint x="245" y="-72" />
-             </Array>
-           </mxGeometry>
-         </mxCell>
      </root>
    </mxGraphModel>
  </diagram>
</mxfile>
